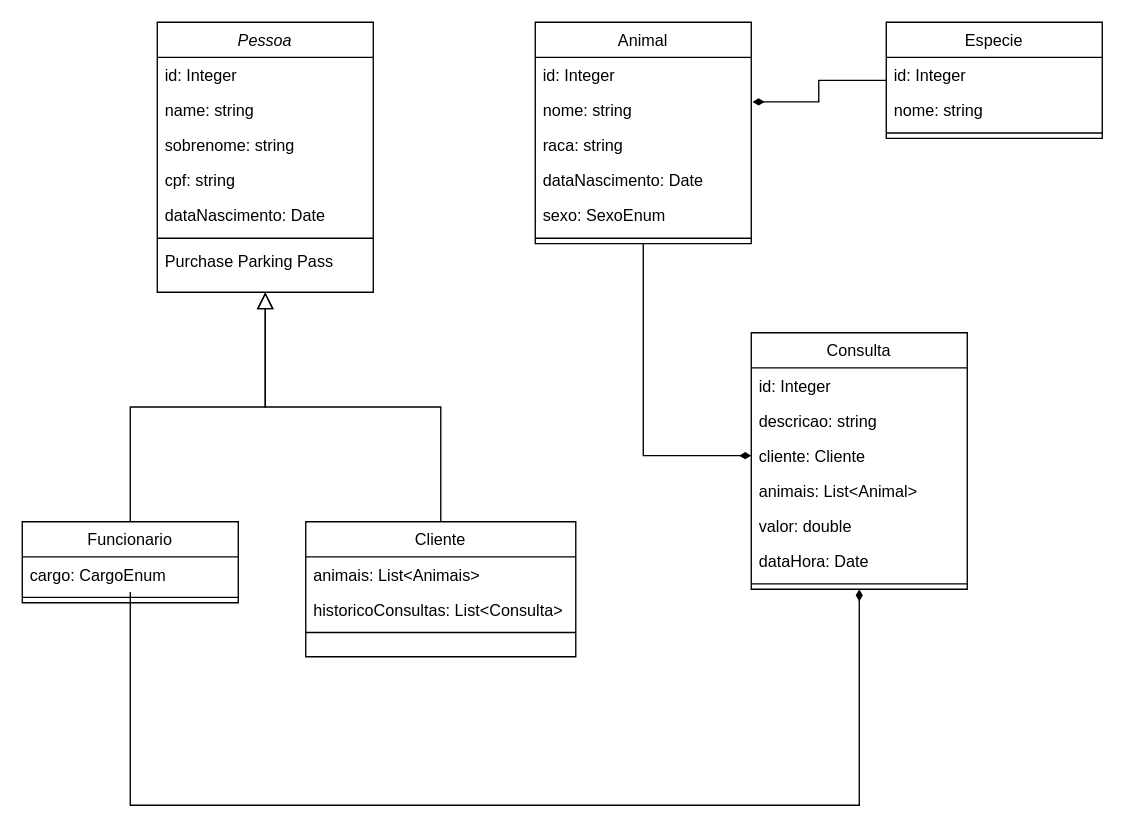
marcelo-schaefer/pet-shop-eps keeps this draw.io diagram as src/diagramas/DiagramaClasseEspecificação.drawio. Above is the earlier version. Source tidied: cells renumbered, new cells numbered last; positions are measured from the earlier drawing's top-left corner, leaving out a move shared by most shapes. Both pictures are drawn from the tidied source at 135%, with x=0, y=0 at pixel (22, 22).
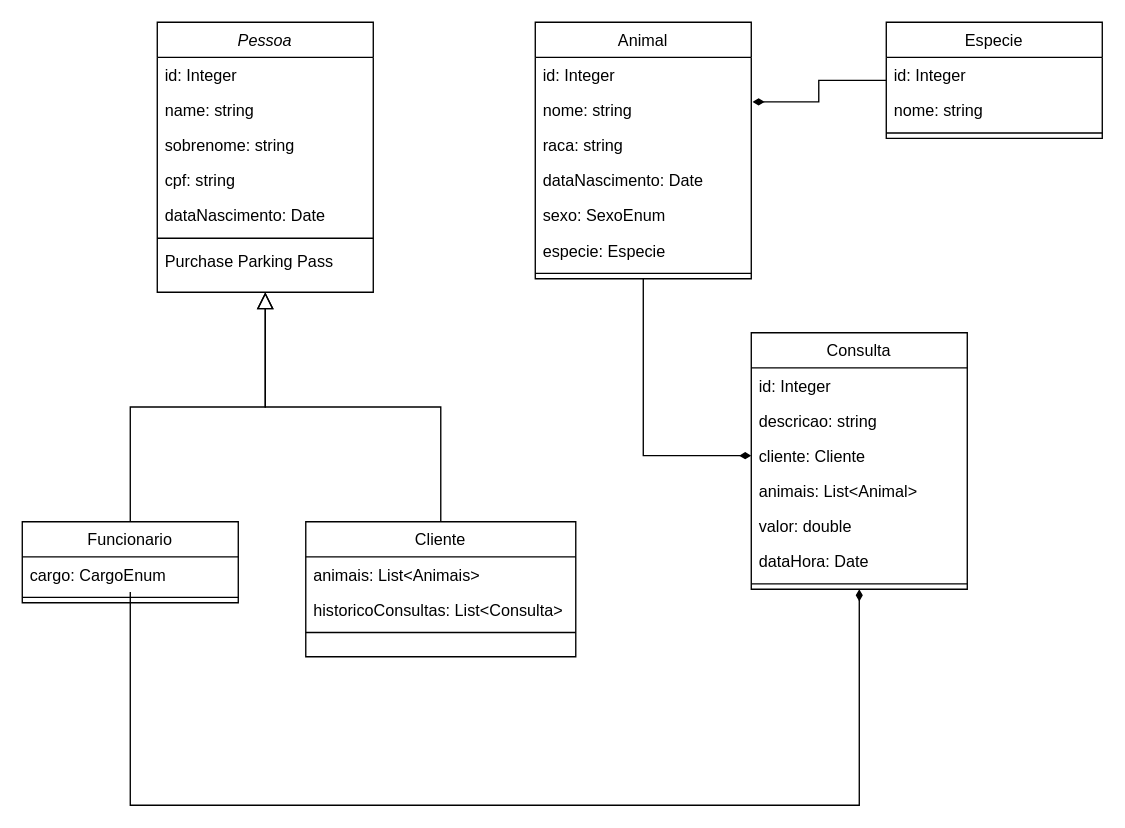
After the change.

Diff of the diagram source:
```diff
@@
     <mxCell id="20" value="Animal" style="swimlane;fontStyle=0;align=center;verticalAlign=top;horizontal=1;startSize=26;rounded=0;shadow=0;strokeWidth=1;" parent="1" vertex="1">
-      <mxGeometry x="380" width="160" height="164" as="geometry" />
+      <mxGeometry x="380" width="160" height="190" as="geometry" />
     </mxCell>
@@
+    <mxCell id="41" value="sexo: SexoEnum" style="text;align=left;verticalAlign=top;spacingLeft=4;spacingRight=4;overflow=hidden;rounded=0;shadow=0;html=0;" parent="20" vertex="1">
+      <mxGeometry y="130" width="160" height="26" as="geometry" />
+    </mxCell>
-    <mxCell id="25" value="sexo: SexoEnum" style="text;align=left;verticalAlign=top;spacingLeft=4;spacingRight=4;overflow=hidden;rounded=0;shadow=0;html=0;" parent="20" vertex="1">
-      <mxGeometry y="130" width="160" height="26" as="geometry" />
+    <mxCell id="25" value="especie: Especie" style="text;align=left;verticalAlign=top;spacingLeft=4;spacingRight=4;overflow=hidden;rounded=0;shadow=0;html=0;" parent="20" vertex="1">
+      <mxGeometry y="156" width="160" height="26" as="geometry" />
     </mxCell>
     <mxCell id="26" style="line;html=1;strokeWidth=1;align=left;verticalAlign=middle;spacingTop=-1;spacingLeft=3;spacingRight=3;labelPosition=right;" parent="20" vertex="1">
-      <mxGeometry y="156" width="160" height="8" as="geometry" />
+      <mxGeometry y="182" width="160" height="8" as="geometry" />
     </mxCell>
```
